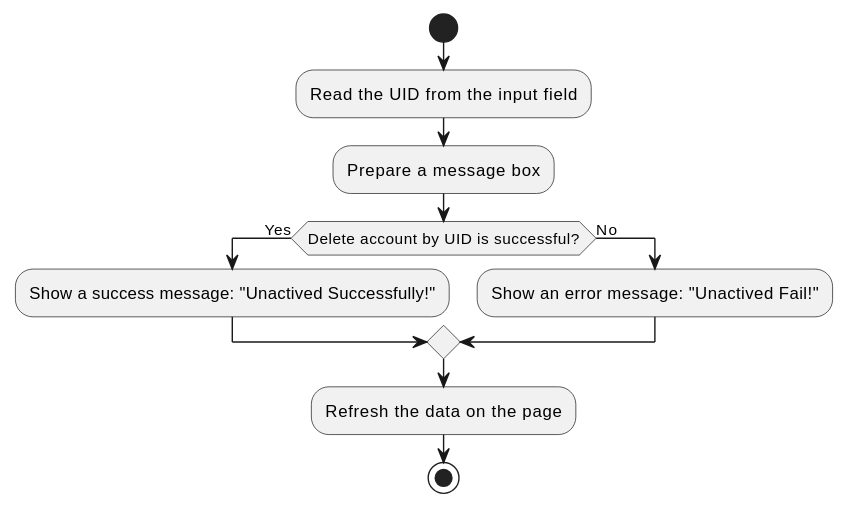
This is docs/design/account/DeleteAccount.svg from viettq1997/library-management-system, a PlantUML export, as it was before one commit. The source it was exported from:
```plantuml
@startuml
start
:Read the UID from the input field;
:Prepare a message box;

if (Delete account by UID is successful?) then (Yes)
    :Show a success message: "Unactived Successfully!";
else (No)
    :Show an error message: "Unactived Fail!";
endif

:Refresh the data on the page;
stop
@enduml
```
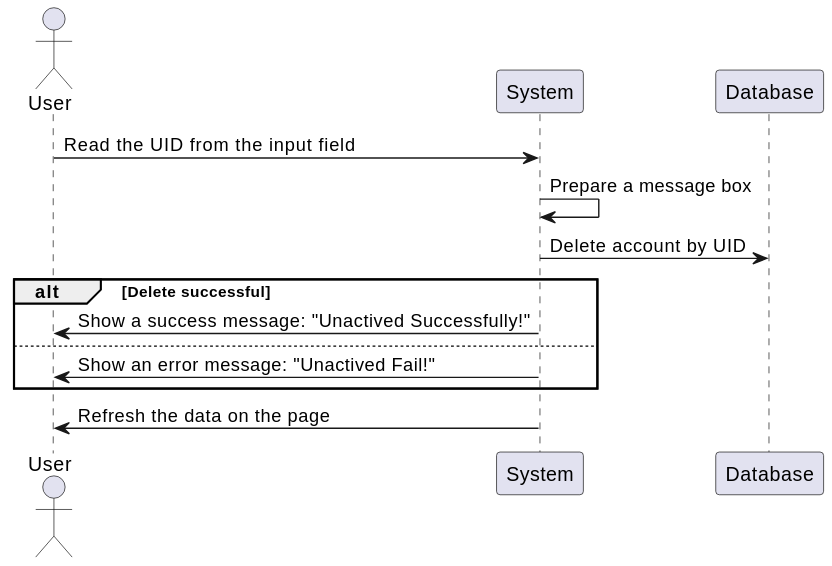
Later version of the same file.

Change to the diagram source:
```diff
@@ -1,14 +1,17 @@
 @startuml
-start
-:Read the UID from the input field;
-:Prepare a message box;
+actor User
+participant "System" as System
+participant "Database" as DB
 
-if (Delete account by UID is successful?) then (Yes)
-    :Show a success message: "Unactived Successfully!";
-else (No)
-    :Show an error message: "Unactived Fail!";
-endif
+User -> System: Read the UID from the input field
+System -> System: Prepare a message box
 
-:Refresh the data on the page;
-stop
+System -> DB: Delete account by UID
+alt Delete successful
+  System -> User: Show a success message: "Unactived Successfully!"
+else
+  System -> User: Show an error message: "Unactived Fail!"
+end
+
+System -> User: Refresh the data on the page
 @enduml
```
